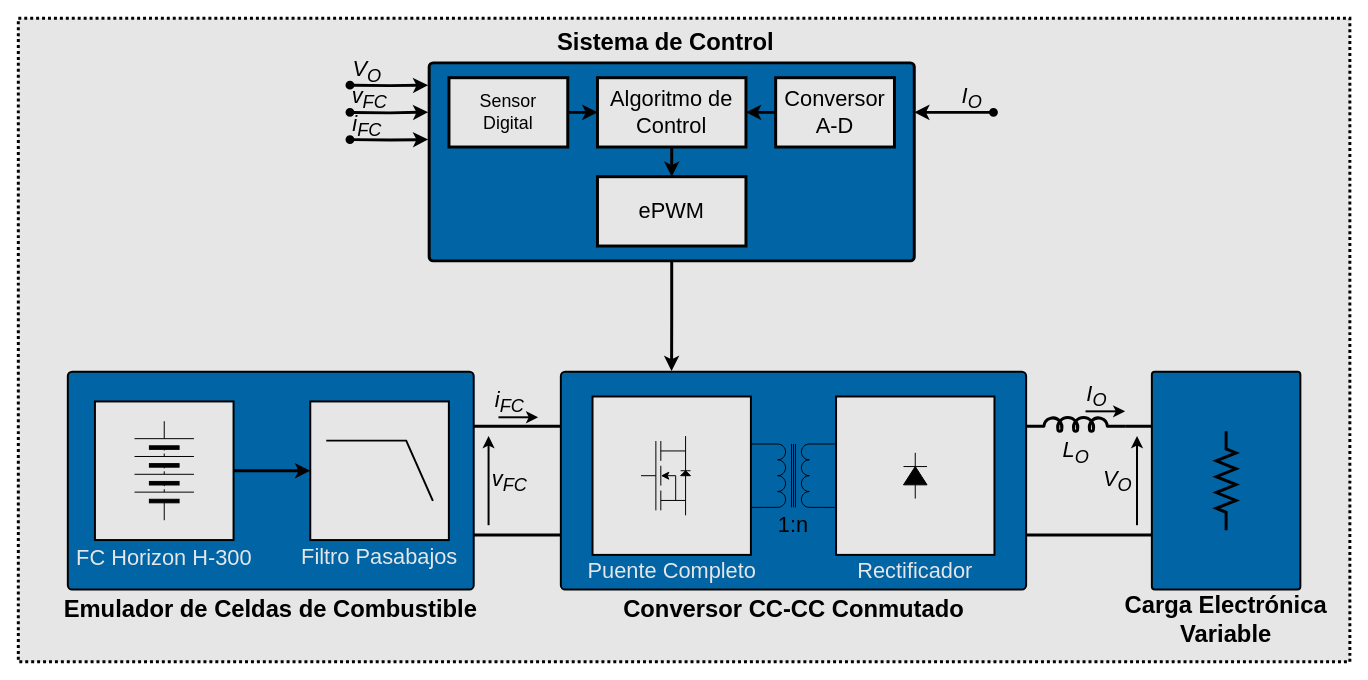
tomas-tavella/Proyecto-Final keeps this draw.io diagram as Informe/Diagramas/Plataforma Experimental.drawio. Above is the earlier version. Source tidied: cells renumbered, new cells numbered last; positions are measured from the earlier drawing's top-left corner, leaving out a move shared by most shapes. Both pictures are drawn from the tidied source at 99%, with x=0, y=0 at pixel (18, 18).
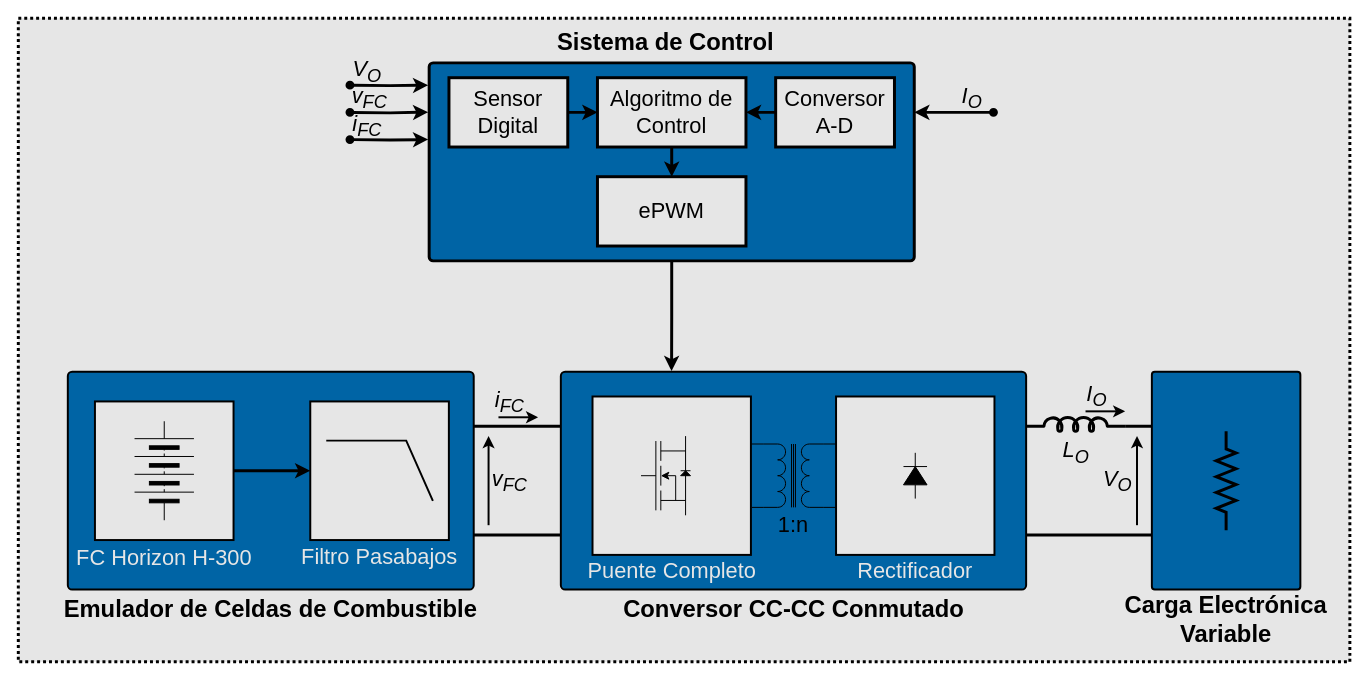
Above is the later version.

Diff of the diagram source:
```diff
@@
-    <mxCell id="66" value="Sensor&lt;br&gt;Digital" style="rounded=0;whiteSpace=wrap;html=1;shadow=0;fontFamily=CMU Serif;fontSize=18;fontColor=#000000;strokeColor=#000000;strokeWidth=3;fillColor=#E6E6E6;" parent="1" vertex="1">
+    <mxCell id="66" value="&lt;font style=&quot;font-size: 22px;&quot;&gt;Sensor&lt;br&gt;Digital&lt;/font&gt;" style="rounded=0;whiteSpace=wrap;html=1;shadow=0;fontFamily=CMU Serif;fontSize=18;fontColor=#000000;strokeColor=#000000;strokeWidth=3;fillColor=#E6E6E6;" parent="1" vertex="1">
       <mxGeometry x="435" y="60" width="120" height="70" as="geometry" />
     </mxCell>
```
